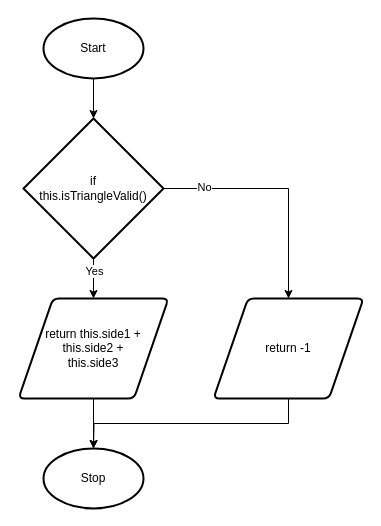
Before: Design/Assignment3-getPerimeter.drawio in dbcalitis/ics4u-assignment3-typescript, a draw.io diagram. Source tidied: cells renumbered, new cells numbered last; positions are measured from the earlier drawing's top-left corner, leaving out a move shared by most shapes. Both pictures are drawn from the tidied source at 100%, with x=0, y=0 at pixel (18, 18).
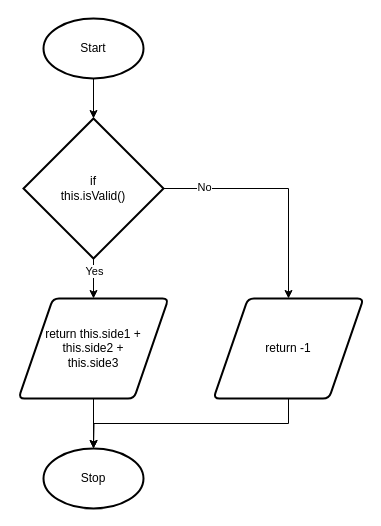
Above is the later version.

The edit, as a diff of the source:
```diff
@@
 <mxGraphModel>
   <root>
     <mxCell id="0" />
     <mxCell id="1" parent="0" />
     <mxCell id="2" style="edgeStyle=none;html=1;exitX=0.5;exitY=1;exitDx=0;exitDy=0;exitPerimeter=0;entryX=0.5;entryY=0;entryDx=0;entryDy=0;entryPerimeter=0;" parent="1" edge="1" source="3" target="8">
       <mxGeometry relative="1" as="geometry" />
     </mxCell>
     <mxCell id="3" value="Start" style="strokeWidth=2;html=1;shape=mxgraph.flowchart.start_1;whiteSpace=wrap;" parent="1" vertex="1">
       <mxGeometry x="25" width="100" height="60" as="geometry" />
     </mxCell>
     <mxCell id="4" style="edgeStyle=none;html=1;exitX=0.5;exitY=1;exitDx=0;exitDy=0;exitPerimeter=0;entryX=0.5;entryY=0;entryDx=0;entryDy=0;" parent="1" edge="1" source="8" target="10">
       <mxGeometry relative="1" as="geometry" />
     </mxCell>
     <mxCell id="5" value="Yes" style="edgeLabel;html=1;align=center;verticalAlign=middle;" parent="4" vertex="1">
       <mxGeometry x="-0.42" relative="1" as="geometry" />
     </mxCell>
     <mxCell id="6" style="edgeStyle=orthogonalEdgeStyle;html=1;exitX=1;exitY=0.5;exitDx=0;exitDy=0;exitPerimeter=0;entryX=0.5;entryY=0;entryDx=0;entryDy=0;rounded=0;" parent="1" edge="1" source="8" target="12">
       <mxGeometry relative="1" as="geometry" />
     </mxCell>
     <mxCell id="7" value="No" style="edgeLabel;html=1;align=center;verticalAlign=middle;" parent="6" vertex="1">
       <mxGeometry x="-0.66" y="2" relative="1" as="geometry" />
     </mxCell>
-    <mxCell id="8" value="if &lt;br&gt;this.isTriangleValid()" style="strokeWidth=2;html=1;shape=mxgraph.flowchart.decision;whiteSpace=wrap;" parent="1" vertex="1">
+    <mxCell id="8" value="if &lt;br&gt;this.isValid()" style="strokeWidth=2;html=1;shape=mxgraph.flowchart.decision;whiteSpace=wrap;" parent="1" vertex="1">
       <mxGeometry x="5" y="100" width="140" height="140" as="geometry" />
     </mxCell>
     <mxCell id="9" style="edgeStyle=orthogonalEdgeStyle;rounded=0;html=1;exitX=0.5;exitY=1;exitDx=0;exitDy=0;" parent="1" edge="1" source="10" target="13">
       <mxGeometry relative="1" as="geometry" />
     </mxCell>
     <mxCell id="10" value="return this.side1 + this.side2 + &lt;br&gt;this.side3" style="shape=parallelogram;html=1;strokeWidth=2;perimeter=parallelogramPerimeter;whiteSpace=wrap;rounded=1;arcSize=12;size=0.23;" parent="1" vertex="1">
       <mxGeometry y="280" width="150" height="100" as="geometry" />
     </mxCell>
     <mxCell id="11" style="edgeStyle=orthogonalEdgeStyle;rounded=0;html=1;exitX=0.5;exitY=1;exitDx=0;exitDy=0;" parent="1" edge="1" source="12">
       <mxGeometry relative="1" as="geometry">
         <mxPoint x="75" y="430" as="targetPoint" />
       </mxGeometry>
     </mxCell>
     <mxCell id="12" value="return -1" style="shape=parallelogram;html=1;strokeWidth=2;perimeter=parallelogramPerimeter;whiteSpace=wrap;rounded=1;arcSize=12;size=0.23;" parent="1" vertex="1">
       <mxGeometry x="195" y="280" width="150" height="100" as="geometry" />
     </mxCell>
     <mxCell id="13" value="Stop" style="strokeWidth=2;html=1;shape=mxgraph.flowchart.start_1;whiteSpace=wrap;" parent="1" vertex="1">
       <mxGeometry x="25" y="430" width="100" height="60" as="geometry" />
     </mxCell>
   </root>
 </mxGraphModel>
```
